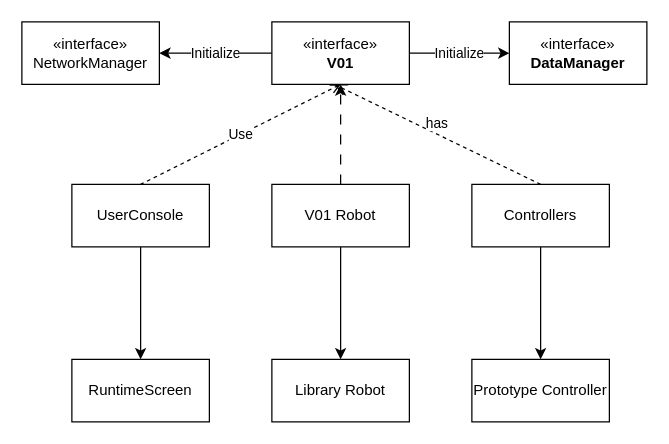
The draw.io diagram ConvMed-SoftArchitecture.drawio in PJPDQ/Engineering-Workflows, before the edit. Source tidied: cells renumbered, new cells numbered last; positions are measured from the earlier drawing's top-left corner, leaving out a move shared by most shapes. Both pictures are drawn from the tidied source at 125%, with x=0, y=0 at pixel (21, 21).
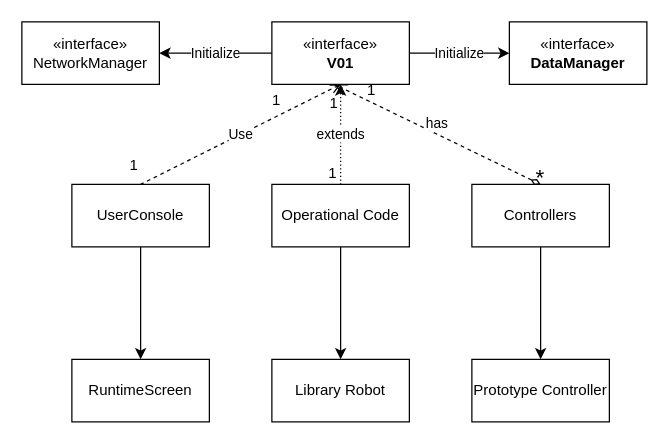
The same page after the edit.

The change refers to these unchanged cells:
```xml
<mxCell id="4" value="«interface»&lt;br&gt;&lt;b&gt;V01&lt;/b&gt;" style="html=1;whiteSpace=wrap;" parent="1" vertex="1">
  <mxGeometry x="200" width="110" height="50" as="geometry" />
</mxCell>
<mxCell id="13" value="Controllers" style="html=1;whiteSpace=wrap;" parent="1" vertex="1">
  <mxGeometry x="360" y="130" width="110" height="50" as="geometry" />
</mxCell>
```

Diff of the diagram source:
```diff
@@
-    <mxCell id="10" style="edgeStyle=orthogonalEdgeStyle;rounded=0;jettySize=auto;html=1;exitX=0.5;exitY=0;exitDx=0;exitDy=0;dashed=1;dashPattern=8 8;" parent="1" edge="1" source="11" target="4">
+    <mxCell id="10" value="extends" style="edgeStyle=orthogonalEdgeStyle;rounded=0;jettySize=auto;html=1;exitX=0.5;exitY=0;exitDx=0;exitDy=0;dashed=1;dashPattern=1 2;" parent="1" edge="1" source="11" target="4">
       <mxGeometry relative="1" as="geometry" />
     </mxCell>
-    <mxCell id="11" value="V01 Robot" style="html=1;whiteSpace=wrap;" parent="1" vertex="1">
+    <mxCell id="11" value="Operational Code" style="html=1;whiteSpace=wrap;" parent="1" vertex="1">
       <mxGeometry x="200" y="130" width="110" height="50" as="geometry" />
     </mxCell>
@@
-    <mxCell id="18" value="has" style="html=1;verticalAlign=bottom;endArrow=open;dashed=1;endSize=8;curved=0;rounded=0;exitX=0.5;exitY=0;exitDx=0;exitDy=0;" parent="1" edge="1" source="13">
+    <mxCell id="18" value="has" style="html=1;verticalAlign=bottom;endArrow=open;dashed=1;endSize=8;curved=0;rounded=0;exitX=0.5;exitY=0;exitDx=0;exitDy=0;startArrow=diamondThin;startFill=0;" parent="1" edge="1" source="13">
       <mxGeometry relative="1" as="geometry">
         <mxPoint x="250" y="50" as="targetPoint" />
       </mxGeometry>
     </mxCell>
+    <mxCell id="19" value="&lt;font style=&quot;font-size: 18px;&quot;&gt;*&lt;/font&gt;" style="text;html=1;align=center;verticalAlign=middle;whiteSpace=wrap;rounded=0;" parent="1" vertex="1">
+      <mxGeometry x="385" y="110" width="60" height="30" as="geometry" />
+    </mxCell>
+    <mxCell id="20" value="&lt;font&gt;1&lt;/font&gt;" style="text;html=1;align=center;verticalAlign=middle;whiteSpace=wrap;rounded=0;" parent="1" vertex="1">
+      <mxGeometry x="250" y="40" width="60" height="30" as="geometry" />
+    </mxCell>
+    <mxCell id="21" value="&lt;font&gt;1&lt;/font&gt;" style="text;html=1;align=center;verticalAlign=middle;whiteSpace=wrap;rounded=0;" parent="1" vertex="1">
+      <mxGeometry x="220" y="50" width="60" height="30" as="geometry" />
+    </mxCell>
+    <mxCell id="22" value="&lt;font&gt;1&lt;/font&gt;" style="text;html=1;align=center;verticalAlign=middle;whiteSpace=wrap;rounded=0;" parent="1" vertex="1">
+      <mxGeometry x="60" y="100" width="60" height="30" as="geometry" />
+    </mxCell>
+    <mxCell id="23" value="&lt;font&gt;1&lt;/font&gt;" style="text;html=1;align=center;verticalAlign=middle;whiteSpace=wrap;rounded=0;" parent="1" vertex="1">
+      <mxGeometry x="174" y="48" width="60" height="30" as="geometry" />
+    </mxCell>
+    <mxCell id="24" value="&lt;font&gt;1&lt;/font&gt;" style="text;html=1;align=center;verticalAlign=middle;whiteSpace=wrap;rounded=0;" parent="1" vertex="1">
+      <mxGeometry x="219" y="106" width="60" height="30" as="geometry" />
+    </mxCell>
```
